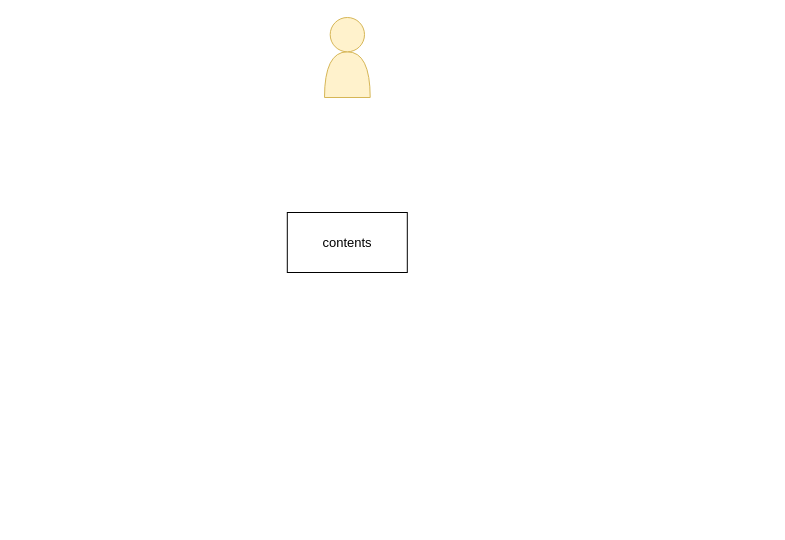
Earlier version of the draw.io diagram page "Page-6" (1 of 7) of lib/architecture/screen-plan.drawio (dev07060/flutter_starter). Source tidied: cells renumbered, new cells numbered last; positions are measured from the earlier drawing's top-left corner, leaving out a move shared by most shapes. Both pictures are drawn from the tidied source at 100%, with x=0, y=0 at pixel (287, 17).
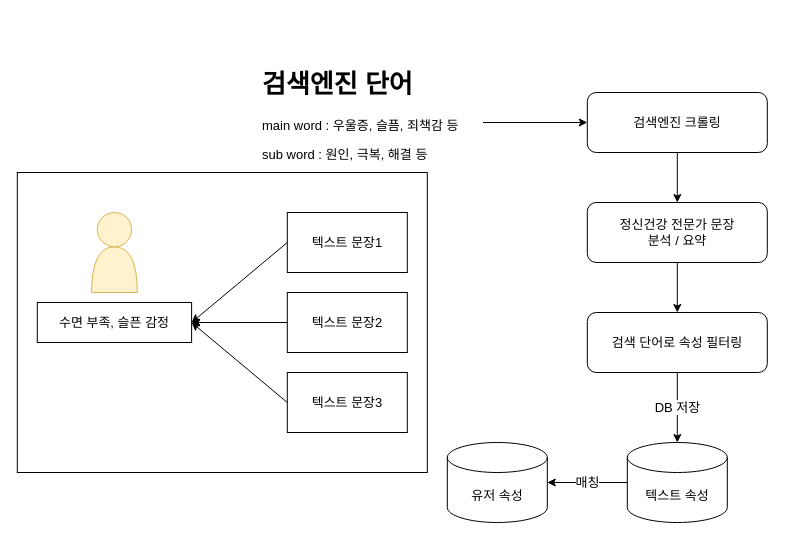
Above is the later version.

What changed in the source:
```diff
@@
+    <mxCell id="6" style="rounded=0;whiteSpace=wrap;html=1;fontSize=13;" parent="1" vertex="1">
+      <mxGeometry x="-270.2" y="155" width="410" height="300" as="geometry" />
+    </mxCell>
+    <mxCell id="7" style="edgeStyle=none;html=1;exitX=0;exitY=0.5;exitDx=0;exitDy=0;entryX=1;entryY=0.5;entryDx=0;entryDy=0;fontSize=13;" parent="1" edge="1" source="5" target="9">
+      <mxGeometry relative="1" as="geometry" />
+    </mxCell>
+    <mxCell id="5" value="텍스트 문장1" style="rounded=0;whiteSpace=wrap;html=1;fontSize=13;" parent="1" vertex="1">
+      <mxGeometry x="-0.2" y="195" width="120" height="60" as="geometry" />
+    </mxCell>
+    <mxCell id="8" style="group;" parent="1" vertex="1">
+      <mxGeometry x="-250.2" y="195" width="154.3" height="130" as="geometry" />
+    </mxCell>
-    <mxCell id="2" style="group;" parent="1" vertex="1">
-      <mxGeometry x="37" width="45.7" height="80" as="geometry" />
+    <mxCell id="2" style="group;" parent="8" vertex="1">
+      <mxGeometry x="54.3" width="45.7" height="80" as="geometry" />
     </mxCell>
@@
-    <mxCell id="5" value="contents" style="rounded=0;whiteSpace=wrap;html=1;fontSize=13;" parent="1" vertex="1">
-      <mxGeometry x="-0.2" y="195" width="120" height="60" as="geometry" />
-    </mxCell>
+    <mxCell id="9" value="수면 부족, 슬픈 감정" style="rounded=0;whiteSpace=wrap;html=1;fontSize=13;" parent="8" vertex="1">
+      <mxGeometry y="90" width="154.3" height="40" as="geometry" />
+    </mxCell>
+    <mxCell id="10" style="edgeStyle=none;html=1;exitX=0;exitY=0.5;exitDx=0;exitDy=0;fontSize=13;entryX=1;entryY=0.5;entryDx=0;entryDy=0;" parent="1" edge="1" source="11" target="9">
+      <mxGeometry relative="1" as="geometry" />
+    </mxCell>
+    <mxCell id="11" value="텍스트 문장2" style="rounded=0;whiteSpace=wrap;html=1;fontSize=13;" parent="1" vertex="1">
+      <mxGeometry x="-0.2" y="275" width="120" height="60" as="geometry" />
+    </mxCell>
+    <mxCell id="12" style="edgeStyle=none;html=1;exitX=0;exitY=0.5;exitDx=0;exitDy=0;fontSize=13;entryX=1;entryY=0.5;entryDx=0;entryDy=0;" parent="1" edge="1" source="13" target="9">
+      <mxGeometry relative="1" as="geometry" />
+    </mxCell>
+    <mxCell id="13" value="텍스트 문장3" style="rounded=0;whiteSpace=wrap;html=1;fontSize=13;" parent="1" vertex="1">
+      <mxGeometry x="-0.2" y="355" width="120" height="60" as="geometry" />
+    </mxCell>
+    <mxCell id="14" value="유저 속성" style="shape=cylinder3;whiteSpace=wrap;html=1;boundedLbl=1;backgroundOutline=1;size=15;fontSize=13;" parent="1" vertex="1">
+      <mxGeometry x="159.8" y="425" width="100" height="80" as="geometry" />
+    </mxCell>
+    <mxCell id="15" value="매칭" style="edgeStyle=none;html=1;exitX=0;exitY=0.5;exitDx=0;exitDy=0;exitPerimeter=0;entryX=1;entryY=0.5;entryDx=0;entryDy=0;entryPerimeter=0;fontSize=13;" parent="1" edge="1" source="16" target="14">
+      <mxGeometry relative="1" as="geometry" />
+    </mxCell>
+    <mxCell id="16" value="텍스트 속성" style="shape=cylinder3;whiteSpace=wrap;html=1;boundedLbl=1;backgroundOutline=1;size=15;fontSize=13;" parent="1" vertex="1">
+      <mxGeometry x="339.8" y="425" width="100" height="80" as="geometry" />
+    </mxCell>
+    <mxCell id="17" style="edgeStyle=none;html=1;exitX=0.5;exitY=1;exitDx=0;exitDy=0;entryX=0.5;entryY=0;entryDx=0;entryDy=0;fontSize=13;" parent="1" edge="1" source="18" target="20">
+      <mxGeometry relative="1" as="geometry" />
+    </mxCell>
+    <mxCell id="18" value="검색엔진 크롤링" style="rounded=1;whiteSpace=wrap;html=1;fontSize=13;" parent="1" vertex="1">
+      <mxGeometry x="299.8" y="75" width="180" height="60" as="geometry" />
+    </mxCell>
+    <mxCell id="19" style="edgeStyle=none;html=1;exitX=0.5;exitY=1;exitDx=0;exitDy=0;fontSize=13;" parent="1" edge="1" source="20" target="22">
+      <mxGeometry relative="1" as="geometry" />
+    </mxCell>
+    <mxCell id="20" value="정신건강 전문가 문장 &lt;br&gt;분석 / 요약" style="rounded=1;whiteSpace=wrap;html=1;fontSize=13;" parent="1" vertex="1">
+      <mxGeometry x="299.8" y="185" width="180" height="60" as="geometry" />
+    </mxCell>
+    <mxCell id="21" value="DB 저장" style="edgeStyle=none;html=1;exitX=0.5;exitY=1;exitDx=0;exitDy=0;entryX=0.5;entryY=0;entryDx=0;entryDy=0;entryPerimeter=0;fontSize=13;" parent="1" edge="1" source="22" target="16">
+      <mxGeometry relative="1" as="geometry" />
+    </mxCell>
+    <mxCell id="22" value="검색 단어로 속성 필터링" style="rounded=1;whiteSpace=wrap;html=1;fontSize=13;" parent="1" vertex="1">
+      <mxGeometry x="299.8" y="295" width="180" height="60" as="geometry" />
+    </mxCell>
+    <mxCell id="23" style="edgeStyle=none;html=1;exitX=1;exitY=0.5;exitDx=0;exitDy=0;entryX=0;entryY=0.5;entryDx=0;entryDy=0;fontSize=13;" parent="1" edge="1" source="24" target="18">
+      <mxGeometry relative="1" as="geometry" />
+    </mxCell>
+    <mxCell id="24" value="&lt;h1&gt;검색엔진 단어&lt;/h1&gt;&lt;p&gt;main word : 우울증, 슬픔, 죄책감 등&lt;/p&gt;&lt;p&gt;sub word : 원인, 극복, 해결 등&lt;/p&gt;" style="text;html=1;strokeColor=none;fillColor=none;spacing=5;spacingTop=-20;whiteSpace=wrap;overflow=hidden;rounded=0;fontSize=13;" parent="1" vertex="1">
+      <mxGeometry x="-30.2" y="45" width="225.7" height="120" as="geometry" />
+    </mxCell>
```
